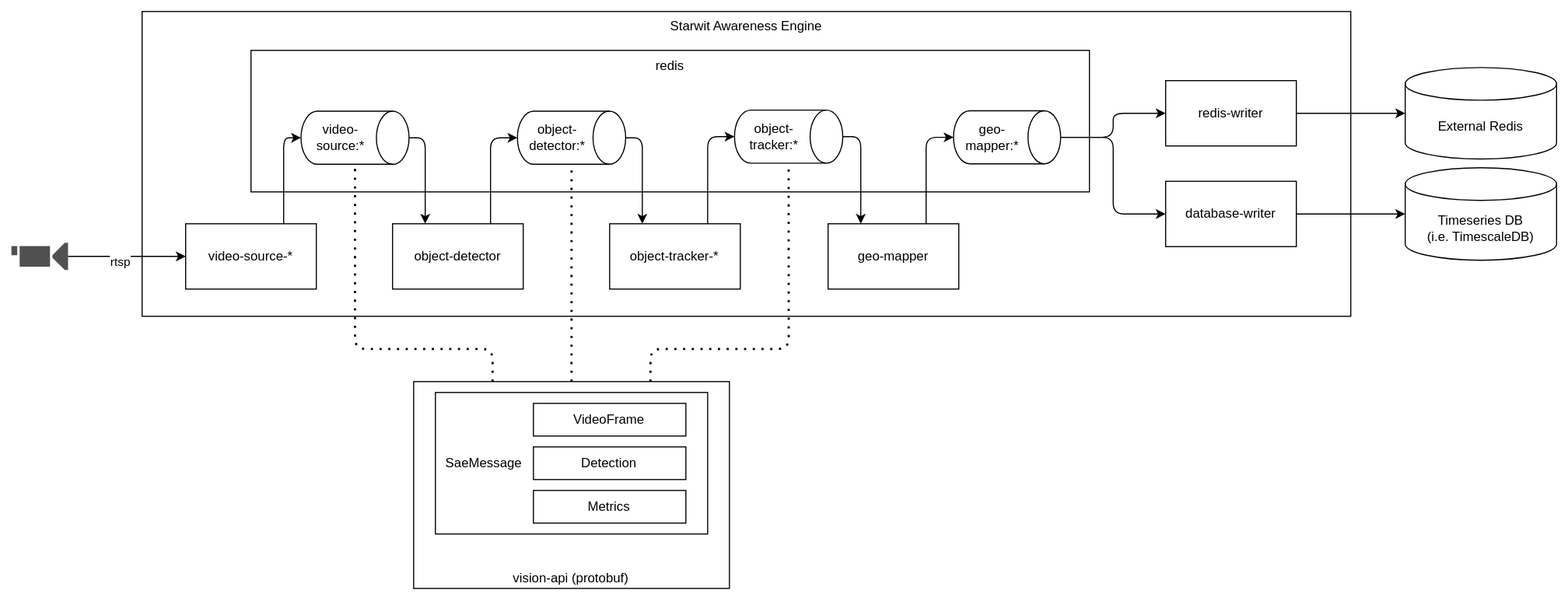
Above: doc/pipeline.drawio.svg in siri-rouser/Multi-Camera-Vision-Pipeline-YQ (draw.io), before the change. Source tidied: cells renumbered, new cells last; positions are measured from the earlier drawing's top-left corner, leaving out a move shared by most shapes.
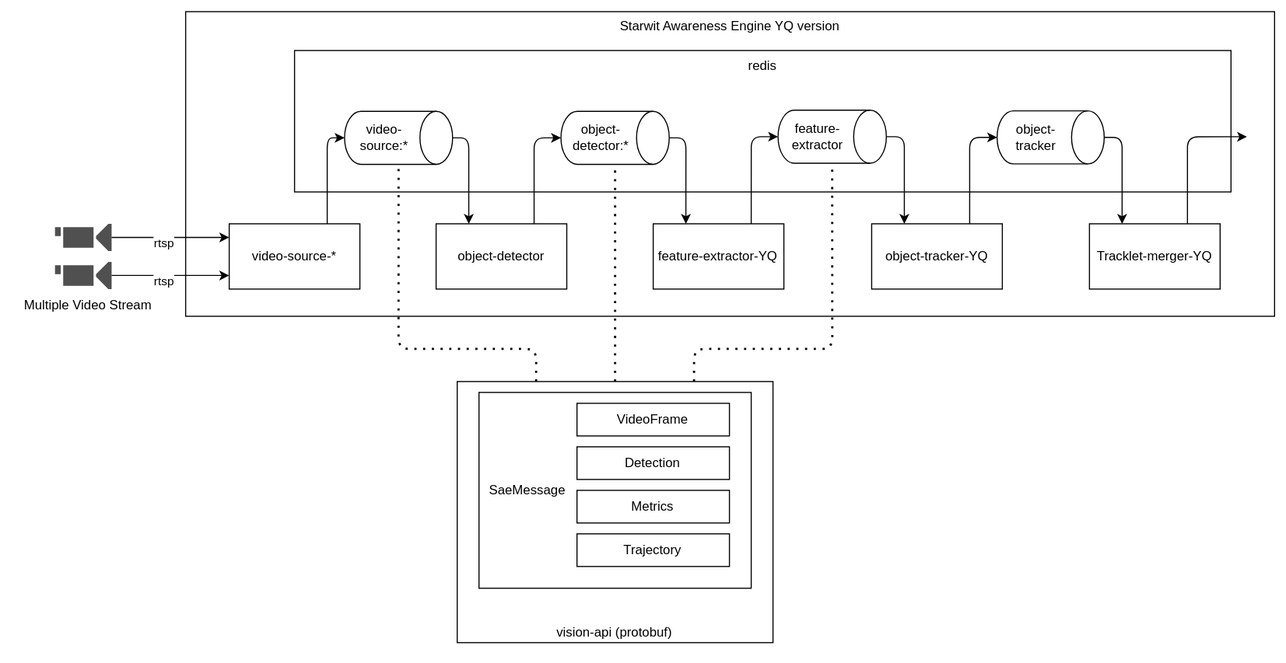
Later version of the same file.

Change to the diagram source:
```diff
@@ -2,38 +2,36 @@
   <root>
     <mxCell id="0" />
     <mxCell id="1" parent="0" />
-    <mxCell id="2" value="Starwit Awareness Engine" style="rounded=0;whiteSpace=wrap;html=1;verticalAlign=top;" parent="1" vertex="1">
-      <mxGeometry x="120" y="20" width="1110" height="280" as="geometry" />
+    <mxCell id="2" value="Starwit Awareness Engine YQ version" style="rounded=0;whiteSpace=wrap;html=1;verticalAlign=top;" parent="1" vertex="1">
+      <mxGeometry x="120" y="20" width="1000" height="280" as="geometry" />
     </mxCell>
     <mxCell id="3" value="video-source-*" style="rounded=0;whiteSpace=wrap;html=1;" parent="1" vertex="1">
       <mxGeometry x="160" y="215" width="120" height="60" as="geometry" />
     </mxCell>
     <mxCell id="4" style="sketch=0;shadow=0;dashed=0;html=1;strokeColor=none;fillColor=#505050;labelPosition=center;verticalLabelPosition=bottom;verticalAlign=top;outlineConnect=0;align=center;shape=mxgraph.office.devices.video_camera;" parent="1" vertex="1">
-      <mxGeometry y="232.5" width="52" height="25" as="geometry" />
+      <mxGeometry y="250" width="52" height="25" as="geometry" />
     </mxCell>
     <mxCell id="5" value="object-detector" style="rounded=0;whiteSpace=wrap;html=1;" parent="1" vertex="1">
       <mxGeometry x="350" y="215" width="120" height="60" as="geometry" />
     </mxCell>
+    <mxCell id="38" style="edgeStyle=none;html=1;exitX=0.75;exitY=1;exitDx=0;exitDy=0;" parent="1" edge="1" source="6">
+      <mxGeometry relative="1" as="geometry">
+        <mxPoint x="586.5" y="580" as="targetPoint" />
+      </mxGeometry>
+    </mxCell>
     <mxCell id="6" value="vision-api (protobuf)" style="rounded=0;whiteSpace=wrap;html=1;verticalAlign=bottom;" parent="1" vertex="1">
-      <mxGeometry x="369.4" y="360" width="290" height="190" as="geometry" />
+      <mxGeometry x="369.4" y="360" width="290" height="240" as="geometry" />
     </mxCell>
-    <mxCell id="7" value="object-tracker-*" style="rounded=0;whiteSpace=wrap;html=1;" parent="1" vertex="1">
+    <mxCell id="7" value="feature-extractor-YQ" style="rounded=0;whiteSpace=wrap;html=1;" parent="1" vertex="1">
       <mxGeometry x="549.4" y="215" width="120" height="60" as="geometry" />
     </mxCell>
-    <mxCell id="8" value="rtsp" style="endArrow=classic;html=1;entryX=0;entryY=0.5;entryDx=0;entryDy=0;edgeStyle=orthogonalEdgeStyle;" parent="1" edge="1" source="4" target="3">
-      <mxGeometry x="-0.11" y="-5" relative="1" as="geometry" />
+    <mxCell id="8" value="rtsp" style="endArrow=classic;html=1;entryX=0;entryY=0.5;entryDx=0;entryDy=0;edgeStyle=orthogonalEdgeStyle;" parent="1" edge="1" source="4">
+      <mxGeometry x="-0.11" y="-5" relative="1" as="geometry">
+        <mxPoint x="160" y="262.5" as="targetPoint" />
+      </mxGeometry>
     </mxCell>
-    <mxCell id="9" style="edgeStyle=none;html=1;" parent="1" edge="1" source="10" target="11">
-      <mxGeometry relative="1" as="geometry" />
-    </mxCell>
-    <mxCell id="10" value="database-writer" style="rounded=0;whiteSpace=wrap;html=1;" parent="1" vertex="1">
-      <mxGeometry x="1060" y="176" width="120" height="60" as="geometry" />
-    </mxCell>
-    <mxCell id="11" value="Timeseries DB&lt;br&gt;(i.e. TimescaleDB)" style="shape=cylinder3;whiteSpace=wrap;html=1;boundedLbl=1;backgroundOutline=1;size=15;" parent="1" vertex="1">
-      <mxGeometry x="1280" y="163.5" width="139" height="85" as="geometry" />
-    </mxCell>
     <mxCell id="12" value="redis" style="rounded=0;whiteSpace=wrap;html=1;verticalAlign=top;" parent="1" vertex="1">
-      <mxGeometry x="220" y="55.7" width="770" height="130" as="geometry" />
+      <mxGeometry x="220" y="55.7" width="860" height="130" as="geometry" />
     </mxCell>
     <mxCell id="13" style="edgeStyle=orthogonalEdgeStyle;html=1;exitX=0.5;exitY=0;exitDx=0;exitDy=0;exitPerimeter=0;entryX=0.25;entryY=0;entryDx=0;entryDy=0;" parent="1" edge="1" source="14" target="5">
       <mxGeometry relative="1" as="geometry" />
@@ -50,16 +48,16 @@
     <mxCell id="17" style="edgeStyle=orthogonalEdgeStyle;html=1;exitX=0.5;exitY=0;exitDx=0;exitDy=0;exitPerimeter=0;entryX=0.25;entryY=0;entryDx=0;entryDy=0;" parent="1" edge="1" source="18" target="34">
       <mxGeometry relative="1" as="geometry" />
     </mxCell>
-    <mxCell id="18" value="object-tracker:*" style="shape=cylinder3;whiteSpace=wrap;html=1;boundedLbl=1;backgroundOutline=1;size=15;rotation=90;horizontal=0;" parent="1" vertex="1">
+    <mxCell id="18" value="feature-extractor" style="shape=cylinder3;whiteSpace=wrap;html=1;boundedLbl=1;backgroundOutline=1;size=15;rotation=90;horizontal=0;" parent="1" vertex="1">
       <mxGeometry x="689.4" y="85.2" width="48.8" height="99.4" as="geometry" />
     </mxCell>
-    <mxCell id="19" style="edgeStyle=orthogonalEdgeStyle;rounded=1;html=1;exitX=0;exitY=0.5;exitDx=0;exitDy=0;entryX=1;entryY=0.5;entryDx=0;entryDy=0;strokeColor=#C9C9C9;endArrow=classic;endFill=1;" parent="1" edge="1" source="x">
+    <mxCell id="19" style="edgeStyle=orthogonalEdgeStyle;rounded=1;html=1;exitX=0;exitY=0.5;exitDx=0;exitDy=0;entryX=1;entryY=0.5;entryDx=0;entryDy=0;strokeColor=#C9C9C9;endArrow=classic;endFill=1;" parent="1" edge="1">
       <mxGeometry relative="1" as="geometry">
         <mxPoint x="870" as="targetPoint" />
       </mxGeometry>
     </mxCell>
     <mxCell id="20" value="SaeMessage" style="rounded=0;whiteSpace=wrap;html=1;verticalAlign=middle;align=left;spacingLeft=8;" parent="1" vertex="1">
-      <mxGeometry x="389.4" y="370" width="250" height="130" as="geometry" />
+      <mxGeometry x="389.4" y="370" width="250" height="180" as="geometry" />
     </mxCell>
     <mxCell id="21" value="VideoFrame" style="rounded=0;whiteSpace=wrap;html=1;verticalAlign=middle;align=center;" parent="1" vertex="1">
       <mxGeometry x="479.4" y="380" width="140" height="30" as="geometry" />
@@ -98,29 +96,42 @@
     <mxCell id="29" style="edgeStyle=orthogonalEdgeStyle;html=1;exitX=0.75;exitY=0;exitDx=0;exitDy=0;entryX=0.5;entryY=1;entryDx=0;entryDy=0;entryPerimeter=0;" parent="1" edge="1" source="7" target="18">
       <mxGeometry relative="1" as="geometry" />
     </mxCell>
-    <mxCell id="30" value="redis-writer" style="rounded=0;whiteSpace=wrap;html=1;" parent="1" vertex="1">
-      <mxGeometry x="1060" y="83.5" width="120" height="60" as="geometry" />
-    </mxCell>
-    <mxCell id="31" style="edgeStyle=none;html=1;" parent="1" edge="1" source="30" target="32">
-      <mxGeometry relative="1" as="geometry" />
-    </mxCell>
-    <mxCell id="32" value="External Redis" style="shape=cylinder3;whiteSpace=wrap;html=1;boundedLbl=1;backgroundOutline=1;size=15;" parent="1" vertex="1">
-      <mxGeometry x="1280" y="71.5" width="139" height="84" as="geometry" />
-    </mxCell>
     <mxCell id="33" style="edgeStyle=orthogonalEdgeStyle;html=1;exitX=0.75;exitY=0;exitDx=0;exitDy=0;entryX=0.5;entryY=1;entryDx=0;entryDy=0;entryPerimeter=0;" parent="1" edge="1" source="34" target="37">
       <mxGeometry relative="1" as="geometry" />
     </mxCell>
-    <mxCell id="34" value="geo-mapper" style="rounded=0;whiteSpace=wrap;html=1;" parent="1" vertex="1">
+    <mxCell id="34" value="object-tracker-YQ" style="rounded=0;whiteSpace=wrap;html=1;" parent="1" vertex="1">
       <mxGeometry x="750" y="215" width="120" height="60" as="geometry" />
     </mxCell>
-    <mxCell id="35" style="edgeStyle=orthogonalEdgeStyle;html=1;exitX=0.5;exitY=0;exitDx=0;exitDy=0;exitPerimeter=0;entryX=0;entryY=0.5;entryDx=0;entryDy=0;" parent="1" edge="1" source="37" target="30">
-      <mxGeometry relative="1" as="geometry" />
-    </mxCell>
-    <mxCell id="36" style="edgeStyle=orthogonalEdgeStyle;html=1;exitX=0.5;exitY=0;exitDx=0;exitDy=0;exitPerimeter=0;entryX=0;entryY=0.5;entryDx=0;entryDy=0;" parent="1" edge="1" source="37" target="10">
+    <mxCell id="36" style="edgeStyle=orthogonalEdgeStyle;html=1;exitX=0.5;exitY=0;exitDx=0;exitDy=0;exitPerimeter=0;entryX=0.25;entryY=0;entryDx=0;entryDy=0;" parent="1" edge="1" source="37" target="40">
       <mxGeometry relative="1" as="geometry" />
     </mxCell>
-    <mxCell id="37" value="geo-mapper:*" style="shape=cylinder3;whiteSpace=wrap;html=1;boundedLbl=1;backgroundOutline=1;size=15;rotation=90;horizontal=0;" parent="1" vertex="1">
+    <mxCell id="37" value="object-tracker" style="shape=cylinder3;whiteSpace=wrap;html=1;boundedLbl=1;backgroundOutline=1;size=15;rotation=90;horizontal=0;" parent="1" vertex="1">
       <mxGeometry x="890" y="86.4" width="48.8" height="98.4" as="geometry" />
     </mxCell>
+    <mxCell id="39" value="Trajectory" style="rounded=0;whiteSpace=wrap;html=1;" parent="1" vertex="1">
+      <mxGeometry x="479.4" y="500" width="140" height="30" as="geometry" />
+    </mxCell>
+    <mxCell id="40" value="&lt;span style=&quot;font-weight: normal;&quot;&gt;Tracklet-merger-YQ&lt;/span&gt;" style="rounded=0;whiteSpace=wrap;html=1;fontStyle=1;" parent="1" vertex="1">
+      <mxGeometry x="950" y="215" width="120" height="60" as="geometry" />
+    </mxCell>
+    <mxCell id="41" style="sketch=0;shadow=0;dashed=0;html=1;strokeColor=none;fillColor=#505050;labelPosition=center;verticalLabelPosition=bottom;verticalAlign=top;outlineConnect=0;align=center;shape=mxgraph.office.devices.video_camera;" parent="1" vertex="1">
+      <mxGeometry y="215" width="52" height="25" as="geometry" />
+    </mxCell>
+    <mxCell id="42" value="rtsp" style="endArrow=classic;html=1;entryX=0;entryY=0.5;entryDx=0;entryDy=0;edgeStyle=orthogonalEdgeStyle;" parent="1" edge="1" source="41">
+      <mxGeometry x="-0.11" y="-5" relative="1" as="geometry">
+        <mxPoint x="160" y="227.5" as="targetPoint" />
+      </mxGeometry>
+    </mxCell>
+    <mxCell id="43" value="&lt;font color=&quot;#000000&quot;&gt;Multiple Video Stream&lt;/font&gt;" style="text;html=1;align=center;verticalAlign=middle;strokeColor=none;fillColor=none;" parent="1" vertex="1">
+      <mxGeometry x="-40" y="275" width="140" height="30" as="geometry" />
+    </mxCell>
+    <mxCell id="44" style="edgeStyle=orthogonalEdgeStyle;html=1;entryX=0.5;entryY=1;entryDx=0;entryDy=0;entryPerimeter=0;exitX=0.75;exitY=0;exitDx=0;exitDy=0;" parent="1" edge="1" source="40">
+      <mxGeometry relative="1" as="geometry">
+        <mxPoint x="1094.7" y="135" as="targetPoint" />
+        <Array as="points">
+          <mxPoint x="1040" y="135" />
+        </Array>
+      </mxGeometry>
+    </mxCell>
   </root>
 </mxGraphModel>
```
